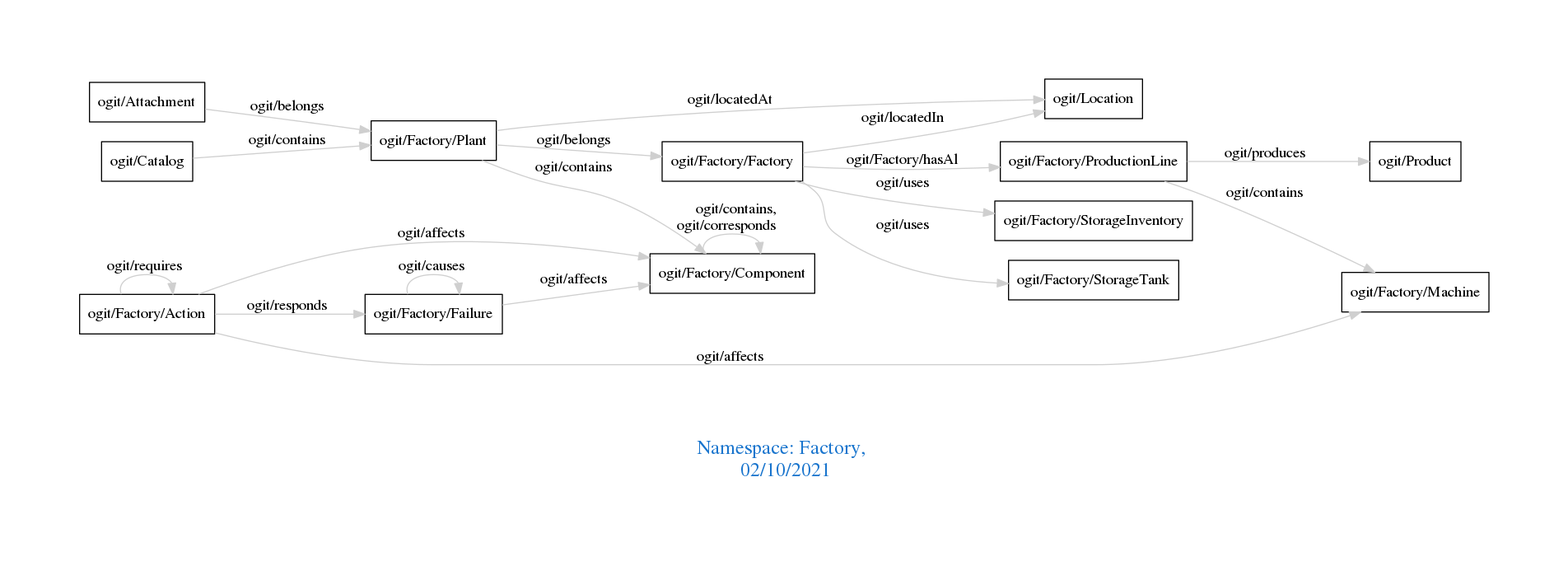
arago/OGIT keeps this Graphviz diagram as downloads/Factory.png. Above is the earlier version. Its source is kept beside it as downloads/Factory.dot.
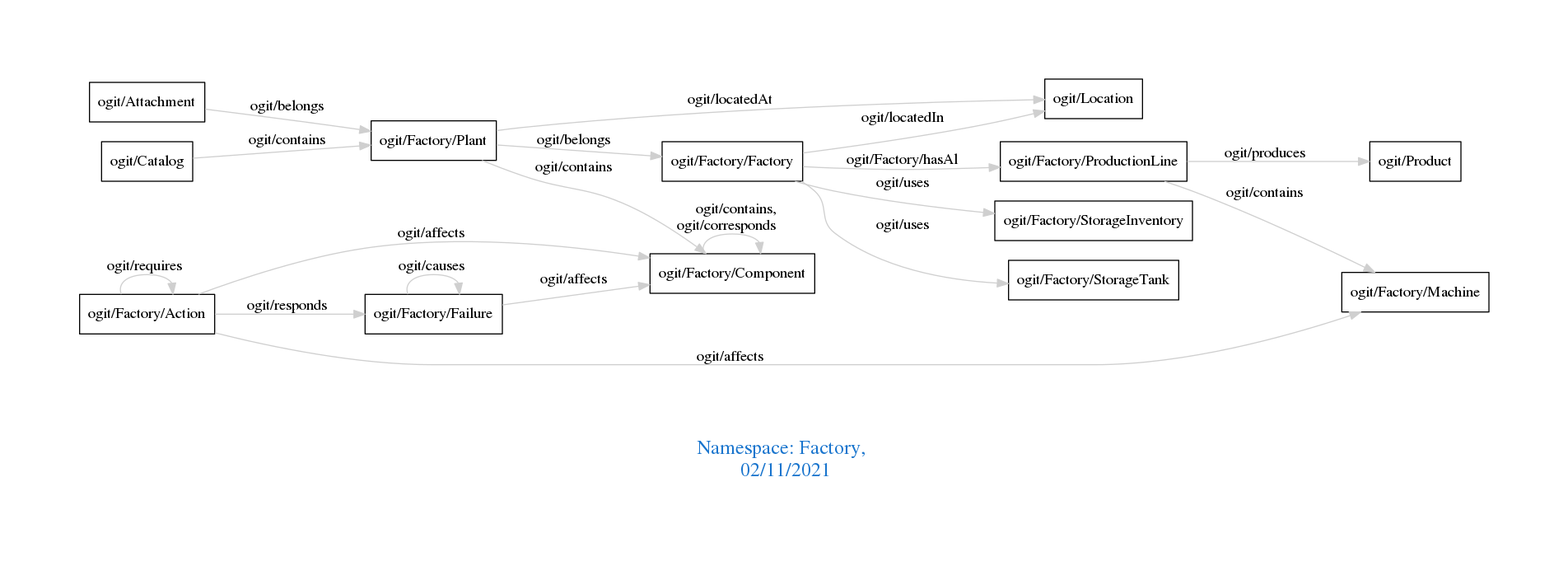
Later version of the same file.

Diff of the diagram source:
```diff
@@ -1,7 +1,7 @@
 digraph OGIT_ontology {
  graph [ rankdir= LR,pad=1
 fontsize = 18,
-fontcolor= dodgerblue3,label = "\n\n\nNamespace: Factory, \n 02/10/2021"];
+fontcolor= dodgerblue3,label = "\n\n\nNamespace: Factory, \n 02/11/2021"];
 node[shape=polygon];
 edge [  color="gray81"];
 
```
